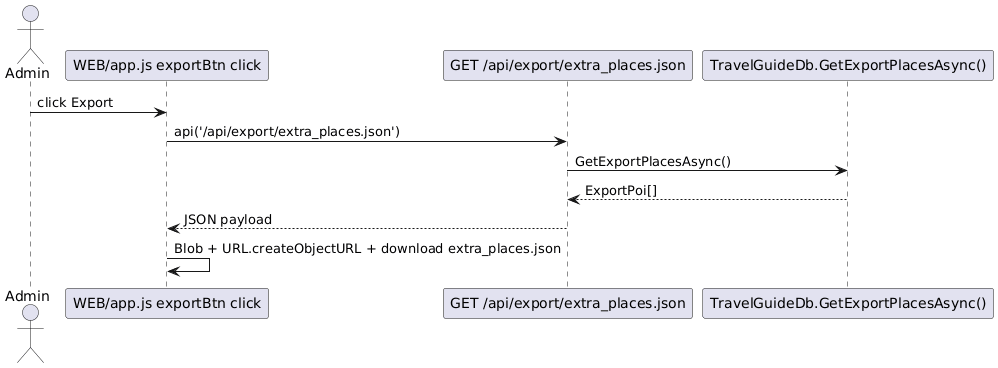
Earlier version of the PlantUML export Diagrams/SE Admin Xuatextra_places.png (hoangtri22/TravelGuide).
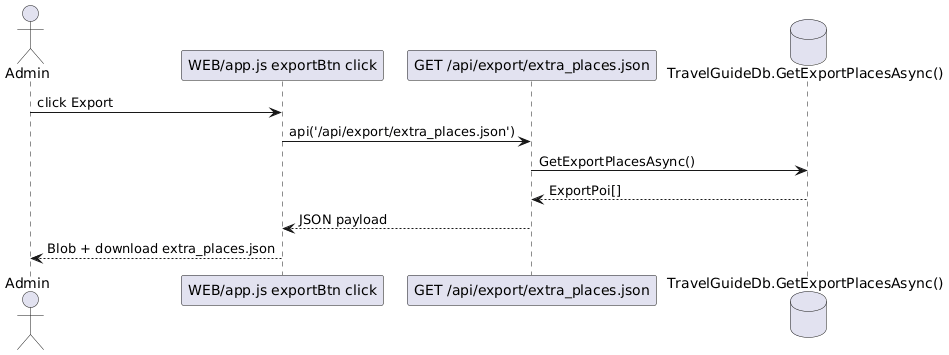
The same file after the commit.

What changed in the source:
```diff
@@ -1,13 +1,12 @@
 @startuml
-actor "Admin" as A
-participant "WEB/app.js exportBtn click" as JS
+actor Admin as A
+participant "WEB/app.js exportBtn click" as FE
 participant "GET /api/export/extra_places.json" as API
-participant "TravelGuideDb.GetExportPlacesAsync()" as DB
-
-A -> JS: click Export
-JS -> API: api('/api/export/extra_places.json')
-API -> DB: GetExportPlacesAsync()
-DB --> API: ExportPoi[]
-API --> JS: JSON payload
-JS -> JS: Blob + URL.createObjectURL + download extra_places.json
+database "TravelGuideDb.GetExportPlacesAsync()" as DB
+A -> FE : click Export
+FE -> API : api('/api/export/extra_places.json')
+API -> DB : GetExportPlacesAsync()
+DB --> API : ExportPoi[]
+API --> FE : JSON payload
+FE --> A : Blob + download extra_places.json
 @enduml
```
